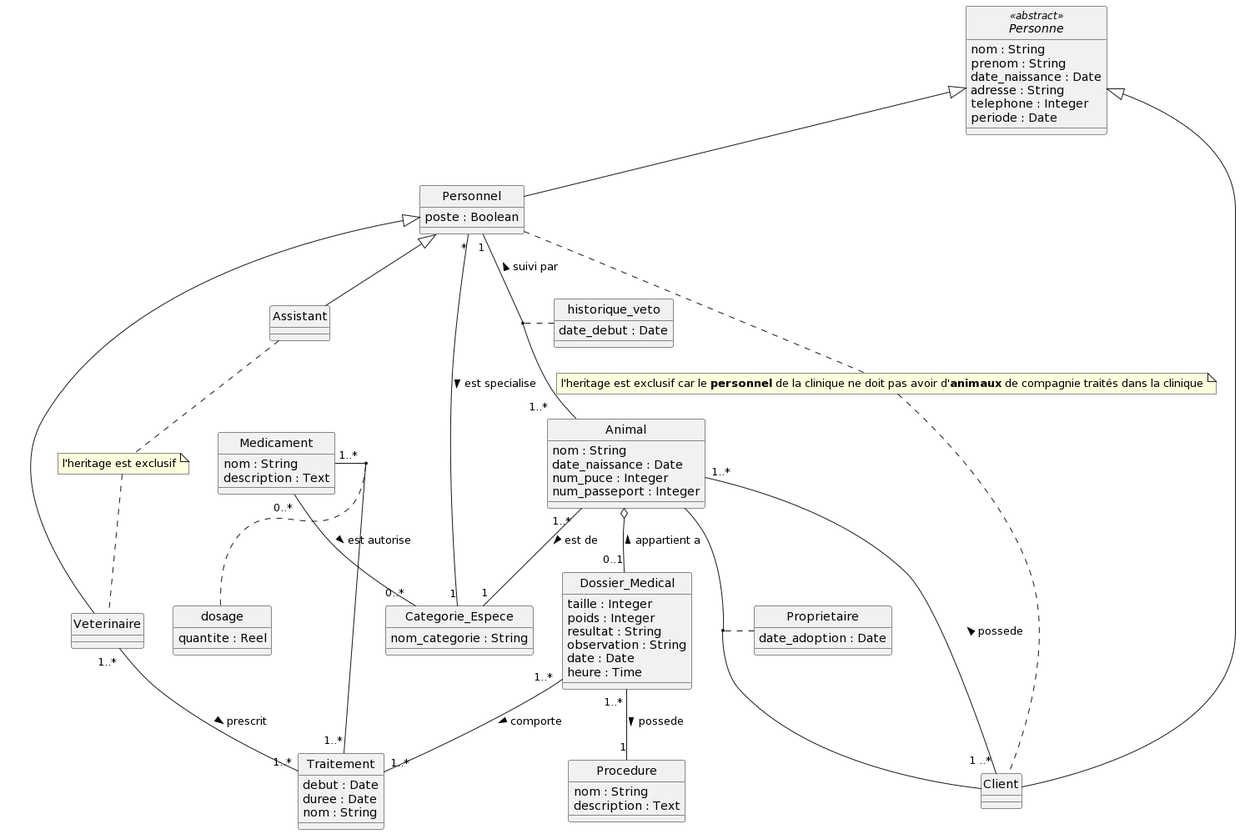
This is uml.png from eddymonji/Clinique_Veterinaire, a PlantUML export, as it was before one commit.
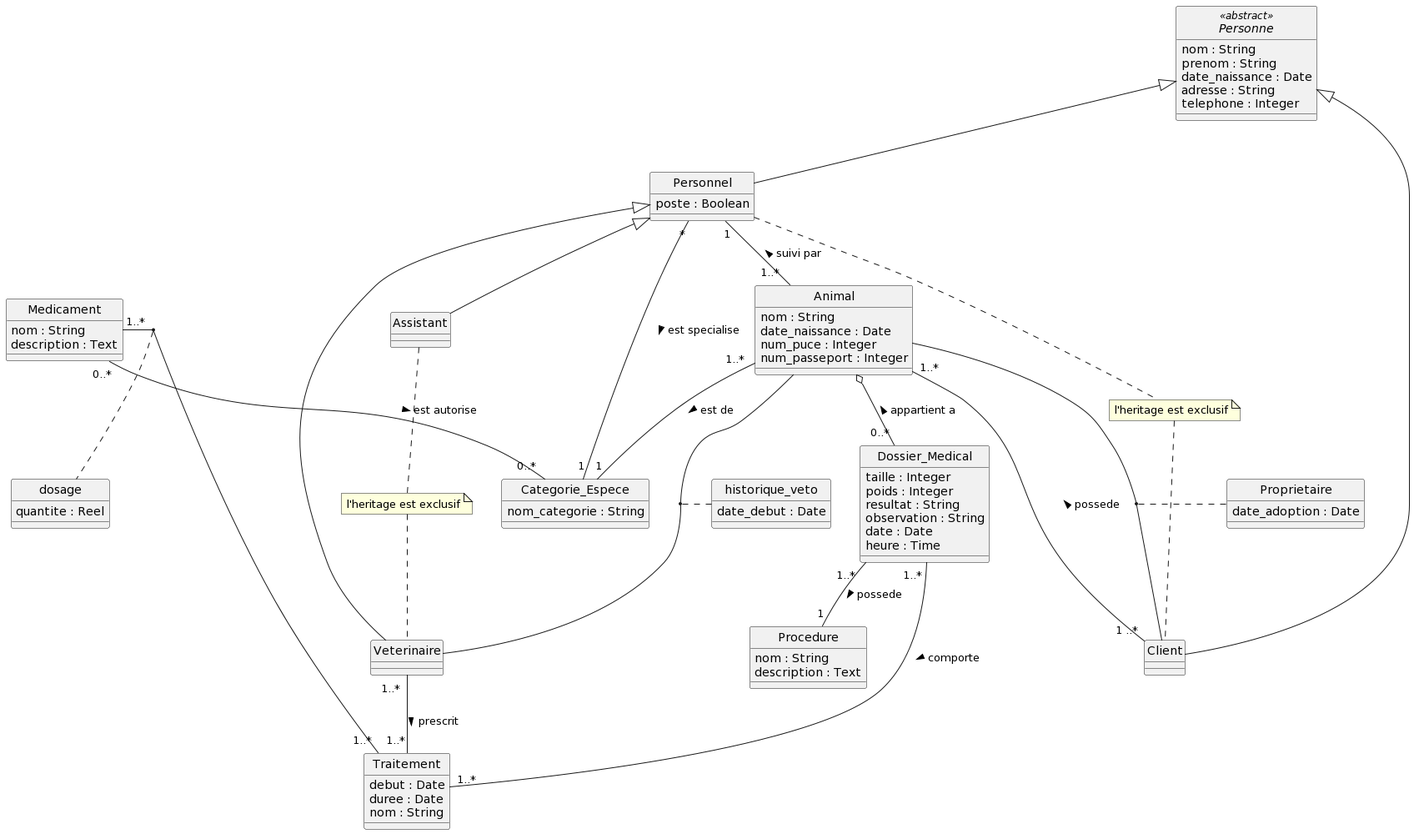
The same diagram one commit later.

Commit message:
UML Ver 4: voir veto.plantuml

The edit, as a diff of the source:
```diff
@@ -8,7 +8,6 @@
     date_naissance : Date
     adresse : String
     telephone : Integer
-    periode : Date
 }
 
 class Personnel {
@@ -82,12 +81,12 @@
 Personnel <|-- Veterinaire
 Personnel "*" -- "1" Categorie_Espece : est specialise >
 Personnel "1" -- "1..* " Animal : < suivi par
-(Animal, Personnel) .. historique_veto
+(Animal, Veterinaire) .. historique_veto
 (Animal, Client) .. Proprietaire
 
 Animal "1..* " -- "1" Categorie_Espece : est de >
 Animal "1..* " -- "1 ..*" Client : < possede
-Animal o-- "0..1" Dossier_Medical : < appartient a
+Animal o-- "0..*" Dossier_Medical : < appartient a
 
 Dossier_Medical "1..* " -- "1..*" Traitement : comporte >
 Dossier_Medical "1..* " -- "1" Procedure : possede >
@@ -97,7 +96,7 @@
 Medicament "0..* " -- "0..*" Categorie_Espece : est autorise >
 
 
-note "l'heritage est exclusif car le <b>personnel</b> de la clinique ne doit pas avoir d'<b>animaux</b> de compagnie traités dans la clinique" as N2
+note "l'heritage est exclusif" as N2
 Personnel .. N2
 N2 .. Client
 
```
